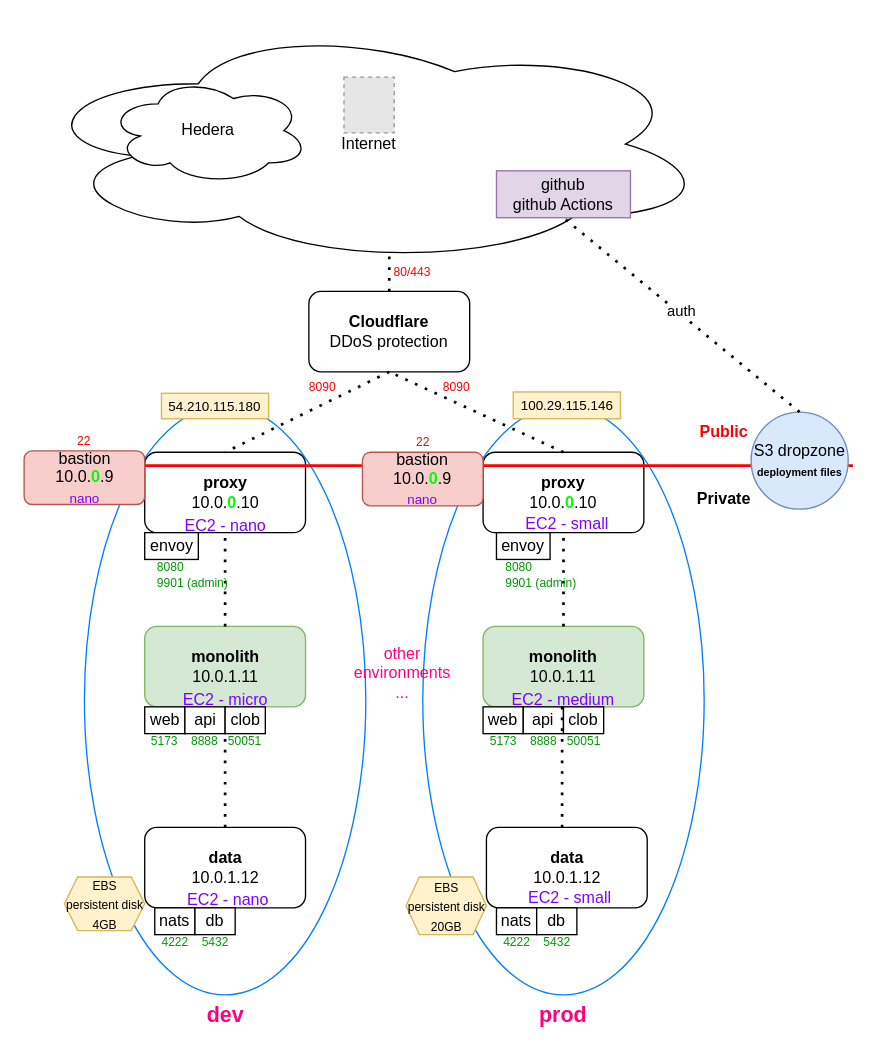
This is resources/Predict.drawio from Amplified-Information/testing, a draw.io file, before an edit. Source tidied: cells renumbered, new cells numbered last; positions are measured from the earlier drawing's top-left corner, leaving out a move shared by most shapes. Both pictures are drawn from the tidied source at 134%, with x=0, y=0 at pixel (24, 23). Pictures stored in the file or linked from it are replaced by grey dashed boxes.
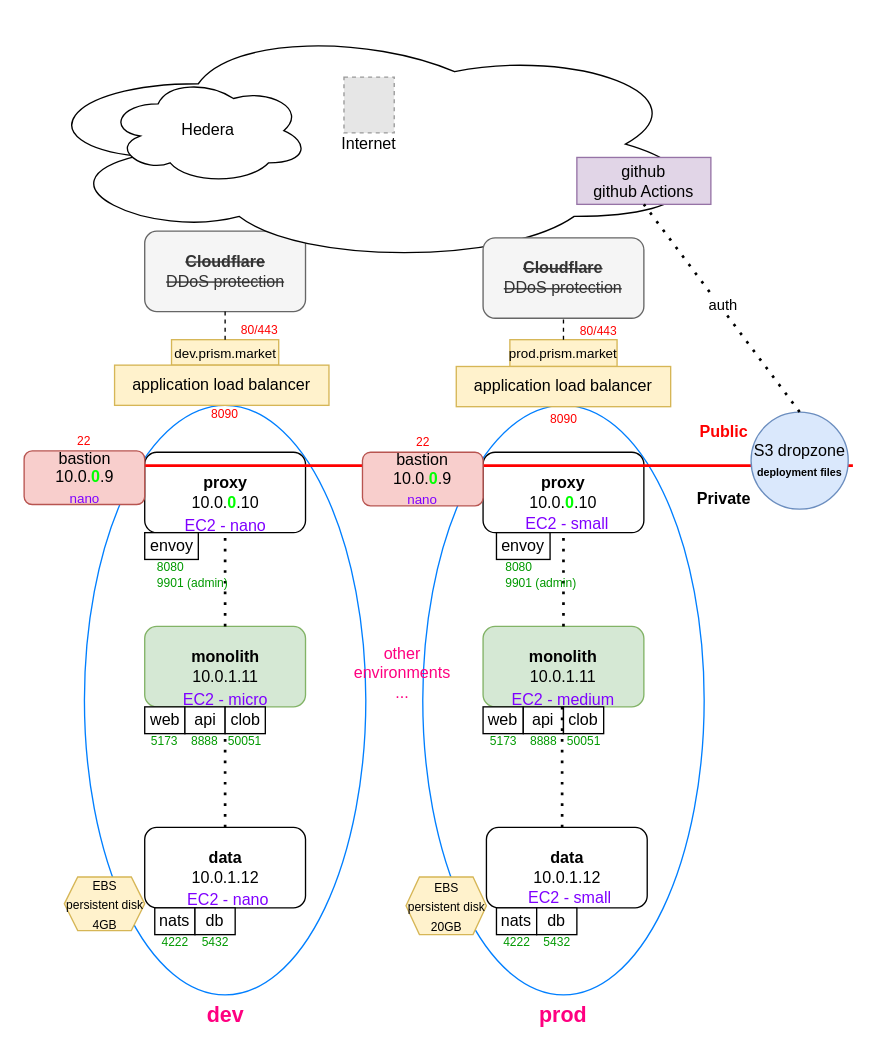
After the change.

Unchanged cells that the change refers to:
```xml
<mxCell id="4" value="&lt;b&gt;proxy&lt;/b&gt;&lt;br&gt;&lt;div&gt;10.0.&lt;font style=&quot;color: rgb(0, 255, 0);&quot;&gt;&lt;b&gt;0&lt;/b&gt;&lt;/font&gt;.10&lt;/div&gt;" style="rounded=1;whiteSpace=wrap;html=1;" parent="1" vertex="1">
  <mxGeometry x="89.5" y="320" width="120" height="60" as="geometry" />
</mxCell>
<mxCell id="36" value="&lt;b&gt;proxy&lt;/b&gt;&lt;br&gt;10.0.&lt;b&gt;&lt;font style=&quot;color: rgb(0, 255, 0);&quot;&gt;0&lt;/font&gt;&lt;/b&gt;.10" style="rounded=1;whiteSpace=wrap;html=1;" parent="1" vertex="1">
  <mxGeometry x="342" y="320" width="120" height="60" as="geometry" />
</mxCell>
```

Change to the diagram source:
```diff
@@
-    <mxCell id="14" value="&lt;b&gt;Cloudflare&lt;/b&gt;&lt;br&gt;DDoS protection" style="rounded=1;whiteSpace=wrap;html=1;" parent="1" vertex="1">
-      <mxGeometry x="212" y="200" width="120" height="60" as="geometry" />
+    <mxCell id="14" value="&lt;strike&gt;&lt;b&gt;Cloudflare&lt;/b&gt;&lt;br&gt;DDoS protection&lt;/strike&gt;" style="rounded=1;whiteSpace=wrap;html=1;fillColor=#f5f5f5;fontColor=#333333;strokeColor=#666666;" parent="1" vertex="1">
+      <mxGeometry x="89.5" y="155" width="120" height="60" as="geometry" />
     </mxCell>
-    <mxCell id="15" style="endArrow=none;dashed=1;html=1;dashPattern=1 3;strokeWidth=2;rounded=0;entryX=0.5;entryY=0;entryDx=0;entryDy=0;exitX=0.5;exitY=1;exitDx=0;exitDy=0;" parent="1" edge="1" source="14" target="4">
-      <mxGeometry relative="1" as="geometry" />
-    </mxCell>
@@
-    <mxCell id="37" style="endArrow=none;dashed=1;html=1;dashPattern=1 3;strokeWidth=2;rounded=0;entryX=0.5;entryY=1;entryDx=0;entryDy=0;exitX=0.5;exitY=0;exitDx=0;exitDy=0;" parent="1" edge="1" source="36" target="14">
-      <mxGeometry relative="1" as="geometry" />
-    </mxCell>
@@
     <mxCell id="51" value="&lt;font style=&quot;font-size: 9px; color: rgb(255, 0, 0);&quot;&gt;8090&lt;/font&gt;" style="text;html=1;whiteSpace=wrap;strokeColor=none;fillColor=none;align=center;verticalAlign=middle;rounded=0;" parent="1" vertex="1">
-      <mxGeometry x="299.5" y="265.5" width="45" height="10" as="geometry" />
+      <mxGeometry x="379.5" y="290" width="45" height="10" as="geometry" />
     </mxCell>
@@
-    <mxCell id="53" style="endArrow=none;dashed=1;html=1;dashPattern=1 3;strokeWidth=2;rounded=0;entryX=0.5;entryY=1;entryDx=0;entryDy=0;exitX=0.5;exitY=0;exitDx=0;exitDy=0;" parent="1" edge="1" source="14">
-      <mxGeometry relative="1" as="geometry">
-        <mxPoint x="272" y="170" as="targetPoint" />
-      </mxGeometry>
-    </mxCell>
@@
     <mxCell id="55" value="&lt;font style=&quot;font-size: 9px; color: rgb(255, 0, 0);&quot;&gt;80/443&lt;/font&gt;" style="text;html=1;whiteSpace=wrap;strokeColor=none;fillColor=none;align=center;verticalAlign=middle;rounded=0;" parent="1" vertex="1">
-      <mxGeometry x="267" y="180" width="45" height="10" as="geometry" />
+      <mxGeometry x="152.5" y="223" width="45" height="10" as="geometry" />
     </mxCell>
@@
-    <mxCell id="59" value="&lt;font style=&quot;font-size: 10px;&quot;&gt;54.210.115.180&lt;/font&gt;" style="rounded=0;whiteSpace=wrap;html=1;fillColor=#fff2cc;strokeColor=#d6b656;" parent="1" vertex="1">
-      <mxGeometry x="102" y="276" width="80" height="19" as="geometry" />
+    <mxCell id="59" value="&lt;font style=&quot;font-size: 10px;&quot;&gt;dev.prism.market&lt;/font&gt;" style="rounded=0;whiteSpace=wrap;html=1;fillColor=#fff2cc;strokeColor=#d6b656;" parent="1" vertex="1">
+      <mxGeometry x="109.5" y="236" width="80" height="19" as="geometry" />
     </mxCell>
-    <mxCell id="60" value="&lt;font style=&quot;font-size: 10px;&quot;&gt;100.29.115.146&lt;/font&gt;" style="rounded=0;whiteSpace=wrap;html=1;fillColor=#fff2cc;strokeColor=#d6b656;" parent="1" vertex="1">
-      <mxGeometry x="364.5" y="275" width="80" height="20" as="geometry" />
+    <mxCell id="60" value="&lt;font style=&quot;font-size: 10px;&quot;&gt;prod.prism.market&lt;/font&gt;" style="rounded=0;whiteSpace=wrap;html=1;fillColor=#fff2cc;strokeColor=#d6b656;" parent="1" vertex="1">
+      <mxGeometry x="362" y="236" width="80" height="20" as="geometry" />
     </mxCell>
     <mxCell id="61" value="&lt;font style=&quot;font-size: 9px; color: rgb(255, 0, 0);&quot;&gt;8090&lt;/font&gt;" style="text;html=1;whiteSpace=wrap;strokeColor=none;fillColor=none;align=center;verticalAlign=middle;rounded=0;" parent="1" vertex="1">
-      <mxGeometry x="199.5" y="265.5" width="45" height="10" as="geometry" />
+      <mxGeometry x="127" y="286" width="45" height="10" as="geometry" />
     </mxCell>
@@
     <mxCell id="65" value="github&lt;div&gt;github Actions&lt;/div&gt;" style="rounded=0;whiteSpace=wrap;html=1;fillColor=#e1d5e7;strokeColor=#9673a6;" parent="1" vertex="1">
-      <mxGeometry x="352" y="110" width="100" height="35" as="geometry" />
+      <mxGeometry x="412" y="100" width="100" height="35" as="geometry" />
     </mxCell>
@@
+    <mxCell id="72" value="application load balancer" style="rounded=0;whiteSpace=wrap;html=1;fillColor=#fff2cc;strokeColor=#d6b656;" parent="1" vertex="1">
+      <mxGeometry x="67" y="255" width="160" height="30" as="geometry" />
+    </mxCell>
+    <mxCell id="73" value="application load balancer" style="rounded=0;whiteSpace=wrap;html=1;fillColor=#fff2cc;strokeColor=#d6b656;" parent="1" vertex="1">
+      <mxGeometry x="322" y="256" width="160" height="30" as="geometry" />
+    </mxCell>
+    <mxCell id="74" value="&lt;strike&gt;&lt;b&gt;Cloudflare&lt;/b&gt;&lt;br&gt;DDoS protection&lt;/strike&gt;" style="rounded=1;whiteSpace=wrap;html=1;fillColor=#f5f5f5;fontColor=#333333;strokeColor=#666666;" parent="1" vertex="1">
+      <mxGeometry x="342" y="160" width="120" height="60" as="geometry" />
+    </mxCell>
+    <mxCell id="75" style="endArrow=none;dashed=1;html=1;rounded=0;entryX=0.5;entryY=1;entryDx=0;entryDy=0;exitX=0.5;exitY=0;exitDx=0;exitDy=0;" parent="1" edge="1" source="60" target="74">
+      <mxGeometry relative="1" as="geometry" />
+    </mxCell>
+    <mxCell id="76" style="endArrow=none;dashed=1;html=1;rounded=0;entryX=0.5;entryY=1;entryDx=0;entryDy=0;exitX=0.5;exitY=0;exitDx=0;exitDy=0;" parent="1" edge="1" source="59" target="14">
+      <mxGeometry relative="1" as="geometry" />
+    </mxCell>
+    <mxCell id="77" value="&lt;font style=&quot;font-size: 9px; color: rgb(255, 0, 0);&quot;&gt;80/443&lt;/font&gt;" style="text;html=1;whiteSpace=wrap;strokeColor=none;fillColor=none;align=center;verticalAlign=middle;rounded=0;" parent="1" vertex="1">
+      <mxGeometry x="406" y="224" width="45" height="10" as="geometry" />
+    </mxCell>
```
